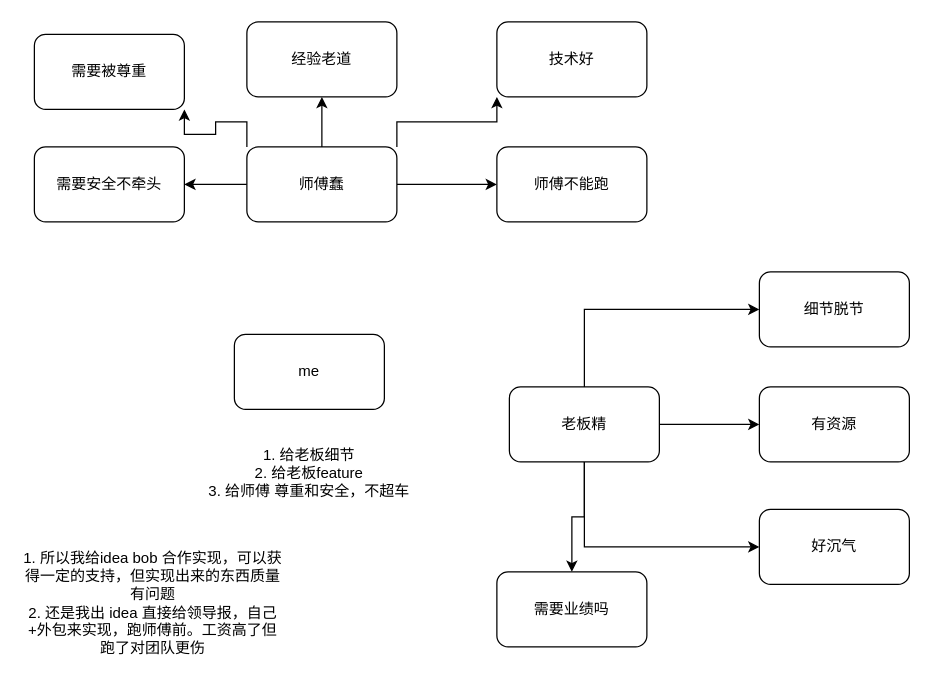
This is page "第 1 页" (1 of 2) of note.drawio from Allen9797/WorkZone, a draw.io file, before an edit. Source tidied: cells renumbered, new cells numbered last; positions are measured from the earlier drawing's top-left corner, leaving out a move shared by most shapes. Both pictures are drawn from the tidied source at 125%, with x=0, y=0 at pixel (21, 21).
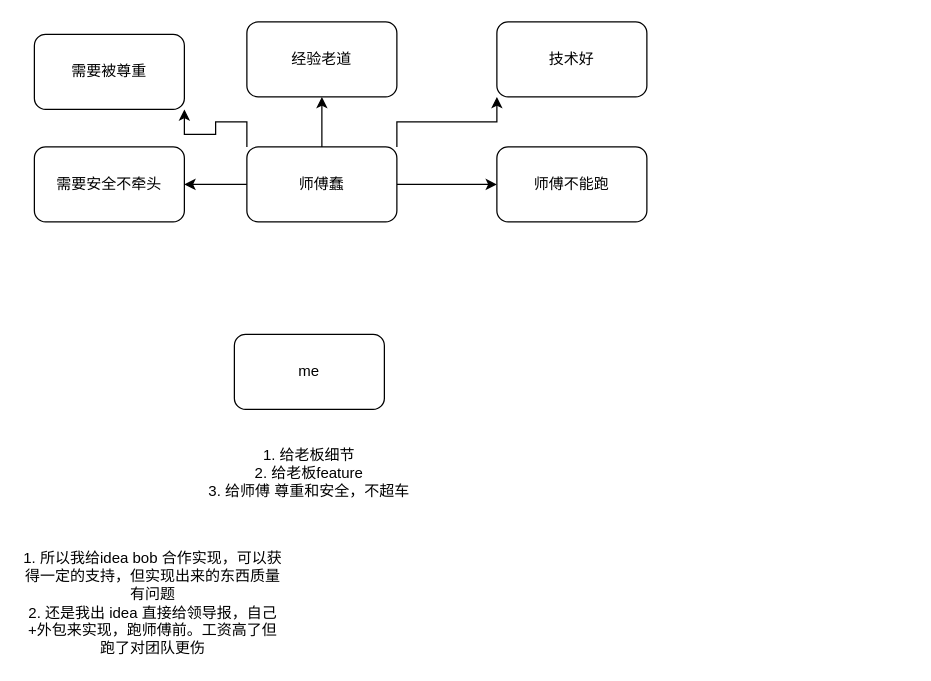
The same page after the edit.

What changed in the source:
```diff
@@
-    <mxCell id="9" style="edgeStyle=orthogonalEdgeStyle;rounded=0;jettySize=auto;html=1;exitX=1;exitY=0.5;exitDx=0;exitDy=0;" parent="1" edge="1" source="13" target="14">
-      <mxGeometry relative="1" as="geometry" />
-    </mxCell>
-    <mxCell id="10" style="edgeStyle=orthogonalEdgeStyle;rounded=0;jettySize=auto;html=1;exitX=0.5;exitY=0;exitDx=0;exitDy=0;entryX=0;entryY=0.5;entryDx=0;entryDy=0;" parent="1" edge="1" source="13" target="17">
-      <mxGeometry relative="1" as="geometry" />
-    </mxCell>
-    <mxCell id="11" style="edgeStyle=orthogonalEdgeStyle;rounded=0;jettySize=auto;html=1;exitX=0.5;exitY=1;exitDx=0;exitDy=0;entryX=0;entryY=0.5;entryDx=0;entryDy=0;" parent="1" edge="1" source="13" target="21">
-      <mxGeometry relative="1" as="geometry" />
-    </mxCell>
-    <mxCell id="12" style="edgeStyle=orthogonalEdgeStyle;rounded=0;jettySize=auto;html=1;exitX=0.5;exitY=1;exitDx=0;exitDy=0;entryX=0.5;entryY=0;entryDx=0;entryDy=0;" parent="1" edge="1" source="13" target="24">
-      <mxGeometry relative="1" as="geometry" />
-    </mxCell>
-    <mxCell id="13" value="老板精" style="rounded=1;whiteSpace=wrap;html=1;" parent="1" vertex="1">
-      <mxGeometry x="390" y="292" width="120" height="60" as="geometry" />
-    </mxCell>
-    <mxCell id="14" value="有资源" style="rounded=1;whiteSpace=wrap;html=1;" parent="1" vertex="1">
-      <mxGeometry x="590" y="292" width="120" height="60" as="geometry" />
-    </mxCell>
@@
-    <mxCell id="17" value="细节脱节" style="rounded=1;whiteSpace=wrap;html=1;" parent="1" vertex="1">
-      <mxGeometry x="590" y="200" width="120" height="60" as="geometry" />
-    </mxCell>
@@
-    <mxCell id="21" value="好沉气" style="rounded=1;whiteSpace=wrap;html=1;" parent="1" vertex="1">
-      <mxGeometry x="590" y="390" width="120" height="60" as="geometry" />
-    </mxCell>
@@
-    <mxCell id="24" value="需要业绩吗" style="rounded=1;whiteSpace=wrap;html=1;" parent="1" vertex="1">
-      <mxGeometry x="380" y="440" width="120" height="60" as="geometry" />
-    </mxCell>
```
